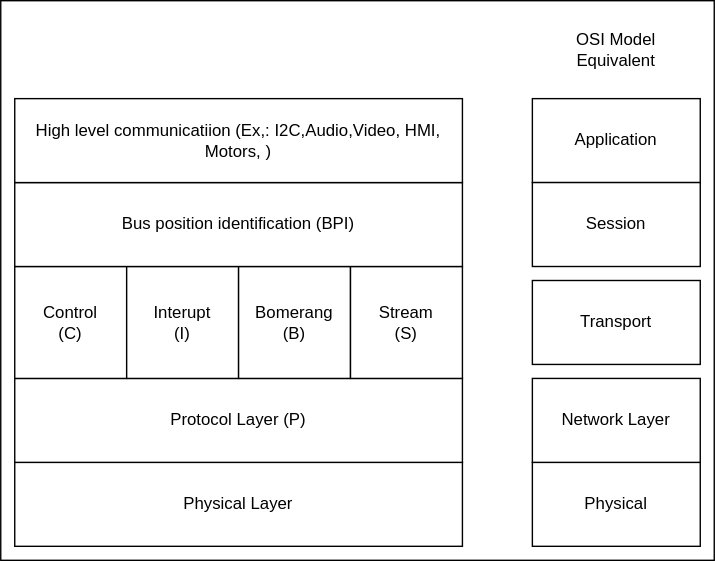
cdg66/BUS_figures keeps this draw.io diagram as Protocol_stack.svg. Above is the earlier version. Source tidied: cells renumbered, new cells last; positions are measured from the earlier drawing's top-left corner, leaving out a move shared by most shapes.
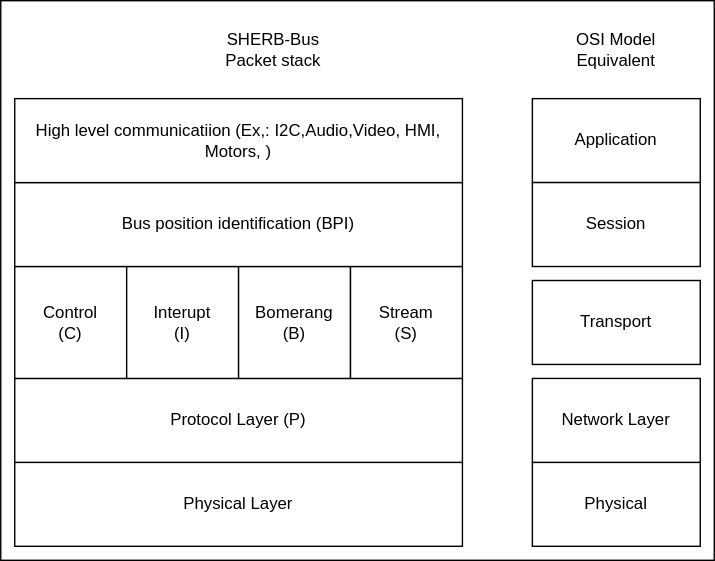
Above is the later version.

Diff of the diagram source:
```diff
@@ -47,5 +47,8 @@
     <mxCell id="16" value="Session" style="rounded=0;whiteSpace=wrap;html=1;" parent="1" vertex="1">
       <mxGeometry x="380" y="130" width="120" height="60" as="geometry" />
     </mxCell>
+    <mxCell id="17" value="&lt;div&gt;SHERB-Bus &lt;br&gt;&lt;/div&gt;&lt;div&gt;Packet stack&lt;/div&gt;" style="text;html=1;strokeColor=none;fillColor=none;align=center;verticalAlign=middle;whiteSpace=wrap;rounded=0;" parent="1" vertex="1">
+      <mxGeometry x="120" y="20" width="150" height="30" as="geometry" />
+    </mxCell>
   </root>
 </mxGraphModel>
```
